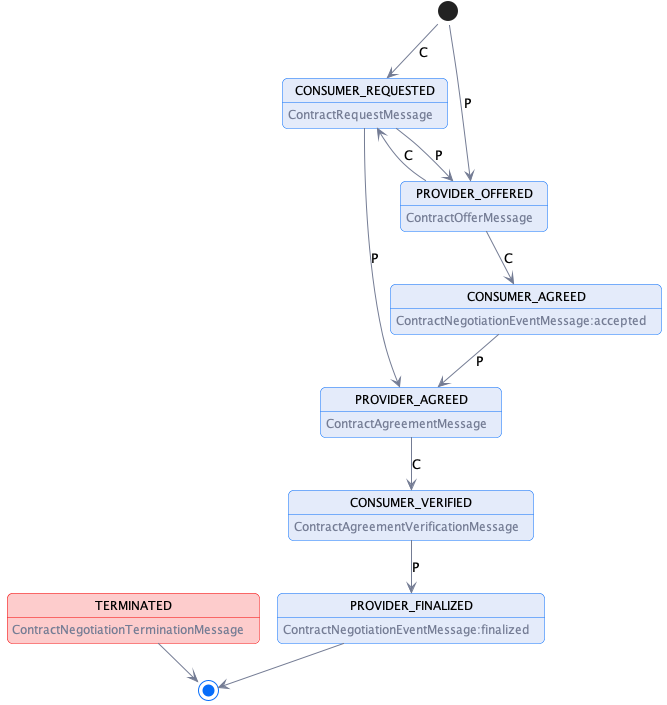
Earlier version of the PlantUML export negotiation/contract.negotiation.state.machine.png (International-Data-Spaces-Association/ids-specification). Source of this version:
```plantuml
@startuml "hub-request-processing"
!pragma layout smetana

!include ../diagrams/diagram.styles.puml

hide empty description

state CONSUMER_REQUESTED: <color:$darkGray>ContractRequestMessage
state PROVIDER_OFFERED: <color:$darkGray>ContractOfferMessage
state CONSUMER_AGREED: <color:$darkGray>ContractNegotiationEventMessage:accepted
state PROVIDER_AGREED: <color:$darkGray>ContractAgreementMessage
state CONSUMER_VERIFIED: <color:$darkGray>ContractAgreementVerificationMessage
state PROVIDER_FINALIZED: <color:$darkGray>ContractNegotiationEventMessage:finalized

state TERMINATED $lightRed #$borderRed:  <color:$darkGray>ContractNegotiationTerminationMessage

[*] --> CONSUMER_REQUESTED: C
CONSUMER_REQUESTED -->  PROVIDER_OFFERED: P
CONSUMER_REQUESTED -->  PROVIDER_AGREED: P

[*] --> PROVIDER_OFFERED: P
PROVIDER_OFFERED -->  CONSUMER_REQUESTED: C
PROVIDER_OFFERED -->  CONSUMER_AGREED: C
CONSUMER_AGREED --> PROVIDER_AGREED: P

PROVIDER_AGREED --> CONSUMER_VERIFIED: C

CONSUMER_VERIFIED --> PROVIDER_FINALIZED: P

PROVIDER_FINALIZED -->[*]
TERMINATED --> [*]

@enduml
```
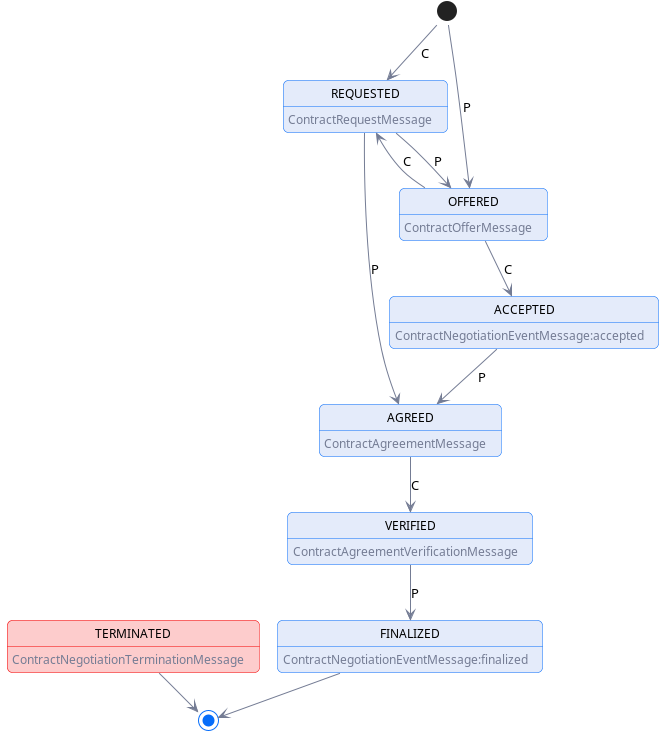
Later version of the same file.

Commit message:
Remove CONSUMER_ and PROVIDER_ prefixes from ContractNegotiation states

The edit, as a diff of the source:
```diff
@@ -1,33 +1,33 @@
-@startuml "hub-request-processing"
+@startuml "contract-negotiation-state-machine"
 !pragma layout smetana
 
-!include ../diagrams/diagram.styles.puml
+!include ../common/style/diagram.styles.puml
 
 hide empty description
 
-state CONSUMER_REQUESTED: <color:$darkGray>ContractRequestMessage
-state PROVIDER_OFFERED: <color:$darkGray>ContractOfferMessage
-state CONSUMER_AGREED: <color:$darkGray>ContractNegotiationEventMessage:accepted
-state PROVIDER_AGREED: <color:$darkGray>ContractAgreementMessage
-state CONSUMER_VERIFIED: <color:$darkGray>ContractAgreementVerificationMessage
-state PROVIDER_FINALIZED: <color:$darkGray>ContractNegotiationEventMessage:finalized
+state REQUESTED: <color:$darkGray>ContractRequestMessage
+state OFFERED: <color:$darkGray>ContractOfferMessage
+state ACCEPTED: <color:$darkGray>ContractNegotiationEventMessage:accepted
+state AGREED: <color:$darkGray>ContractAgreementMessage
+state VERIFIED: <color:$darkGray>ContractAgreementVerificationMessage
+state FINALIZED: <color:$darkGray>ContractNegotiationEventMessage:finalized
 
 state TERMINATED $lightRed #$borderRed:  <color:$darkGray>ContractNegotiationTerminationMessage
 
-[*] --> CONSUMER_REQUESTED: C
-CONSUMER_REQUESTED -->  PROVIDER_OFFERED: P
-CONSUMER_REQUESTED -->  PROVIDER_AGREED: P
+[*] --> REQUESTED: C
+REQUESTED -->  OFFERED: P
+REQUESTED -->  AGREED: P
 
-[*] --> PROVIDER_OFFERED: P
-PROVIDER_OFFERED -->  CONSUMER_REQUESTED: C
-PROVIDER_OFFERED -->  CONSUMER_AGREED: C
-CONSUMER_AGREED --> PROVIDER_AGREED: P
+[*] --> OFFERED: P
+OFFERED -->  REQUESTED: C
+OFFERED -->  ACCEPTED: C
+ACCEPTED --> AGREED: P
 
-PROVIDER_AGREED --> CONSUMER_VERIFIED: C
+AGREED --> VERIFIED: C
 
-CONSUMER_VERIFIED --> PROVIDER_FINALIZED: P
+VERIFIED --> FINALIZED: P
 
-PROVIDER_FINALIZED -->[*]
+FINALIZED -->[*]
 TERMINATED --> [*]
 
 @enduml
```
